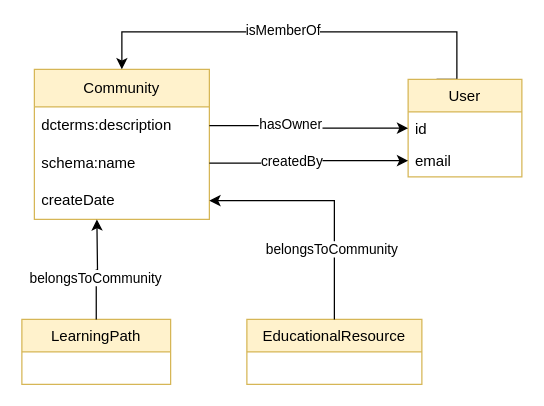
The draw.io diagram visualisations/Community.drawio in data-literacy-alliance/dalia-ontology, before the edit. Source tidied: cells renumbered, new cells numbered last; positions are measured from the earlier drawing's top-left corner, leaving out a move shared by most shapes. Both pictures are drawn from the tidied source at 125%, with x=0, y=0 at pixel (21, 31).
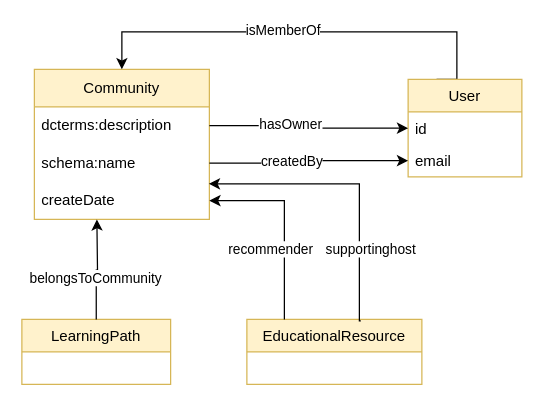
After the change.

The change refers to these unchanged cells:
```xml
<mxCell id="5" value="createDate" style="text;strokeColor=none;fillColor=none;align=left;verticalAlign=middle;spacingLeft=4;spacingRight=4;overflow=hidden;points=[[0,0.5],[1,0.5]];portConstraint=eastwest;whiteSpace=wrap;html=1;" parent="2" vertex="1">
  <mxGeometry y="90" width="140" height="30" as="geometry" />
</mxCell>
<mxCell id="13" value="EducationalResource" style="swimlane;fontStyle=0;horizontal=1;startSize=26;fillColor=#fff2cc;strokeColor=#d6b656;" parent="1" vertex="1">
  <mxGeometry x="180" y="230" width="140" height="52" as="geometry" />
</mxCell>
```

Change to the diagram source:
```diff
@@
-    <mxCell id="14" style="edgeStyle=orthogonalEdgeStyle;rounded=0;jettySize=auto;html=1;exitX=0.5;exitY=0;exitDx=0;exitDy=0;entryX=1;entryY=0.5;entryDx=0;entryDy=0;" parent="1" edge="1" source="13" target="5">
-      <mxGeometry relative="1" as="geometry" />
+    <mxCell id="14" style="edgeStyle=orthogonalEdgeStyle;rounded=0;jettySize=auto;html=1;entryX=1;entryY=0.5;entryDx=0;entryDy=0;" parent="1" edge="1" target="5">
+      <mxGeometry relative="1" as="geometry">
+        <mxPoint x="210" y="230" as="sourcePoint" />
+        <Array as="points">
+          <mxPoint x="210" y="230" />
+          <mxPoint x="210" y="135" />
+        </Array>
+      </mxGeometry>
     </mxCell>
-    <mxCell id="15" value="belongsToCommunity" style="edgeLabel;html=1;align=center;verticalAlign=middle;" parent="14" vertex="1">
+    <mxCell id="15" value="recommender" style="edgeLabel;html=1;align=center;verticalAlign=middle;" parent="14" vertex="1">
       <mxGeometry x="0.24" y="-3" relative="1" as="geometry">
-        <mxPoint x="23" y="41" as="offset" />
+        <mxPoint x="-11" y="41" as="offset" />
       </mxGeometry>
     </mxCell>
@@
+    <mxCell id="21" style="edgeStyle=orthogonalEdgeStyle;rounded=0;jettySize=auto;html=1;entryX=0.997;entryY=0.053;entryDx=0;entryDy=0;entryPerimeter=0;exitX=0.651;exitY=0.023;exitDx=0;exitDy=0;exitPerimeter=0;" parent="1" edge="1" source="13" target="5">
+      <mxGeometry relative="1" as="geometry">
+        <Array as="points">
+          <mxPoint x="270" y="231" />
+          <mxPoint x="270" y="122" />
+        </Array>
+      </mxGeometry>
+    </mxCell>
+    <mxCell id="22" value="supportinghost" style="edgeLabel;html=1;align=center;verticalAlign=middle;" parent="21" vertex="1">
+      <mxGeometry x="0.24" y="-3" relative="1" as="geometry">
+        <mxPoint x="41" y="55" as="offset" />
+      </mxGeometry>
+    </mxCell>
```
